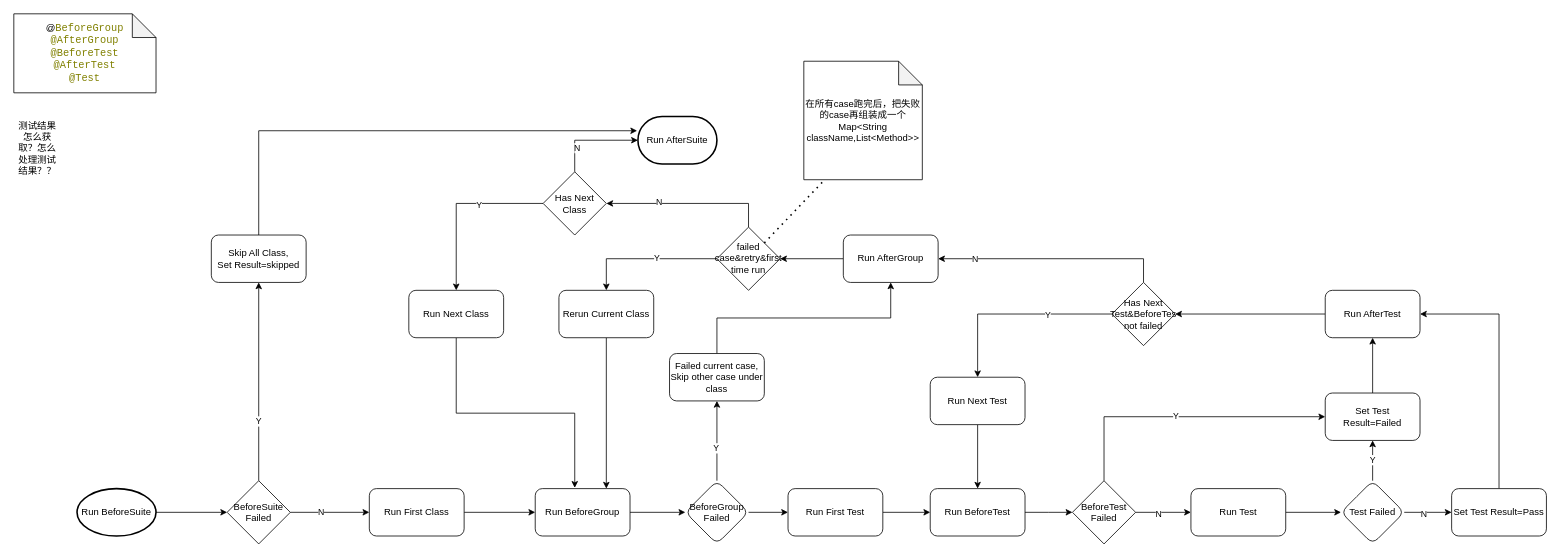
Earlier version of the draw.io diagram page "Run Test" (3 of 3) of App Automation 2.0.drawio (michellec2021/appium-demo). Source tidied: cells renumbered, new cells numbered last; positions are measured from the earlier drawing's top-left corner, leaving out a move shared by most shapes. Both pictures are drawn from the tidied source at 79%, with x=0, y=0 at pixel (13, 13).
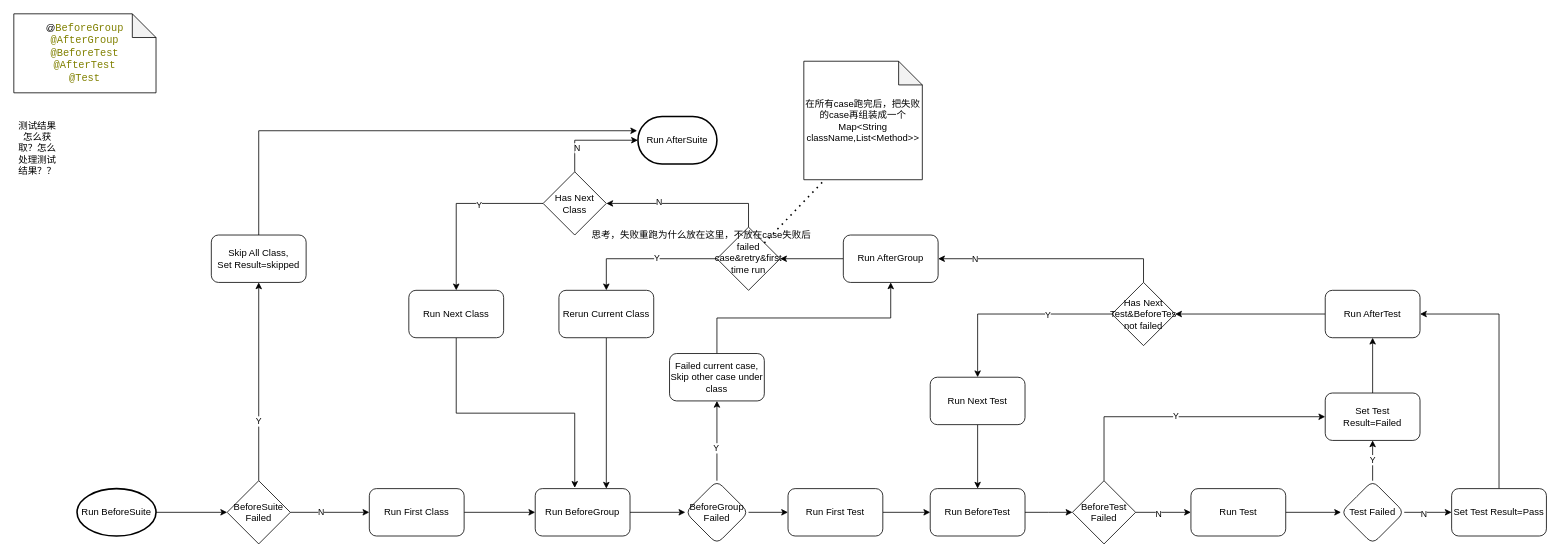
The same page after the edit.

Diff of the diagram source:
```diff
@@
+    <mxCell id="70" value="思考，失败重跑为什么放在这里，不放在case失败后" style="text;html=1;align=center;verticalAlign=middle;strokeColor=none;fillColor=none;" parent="1" vertex="1">
+      <mxGeometry x="720" y="265" width="300" height="30" as="geometry" />
+    </mxCell>
```
